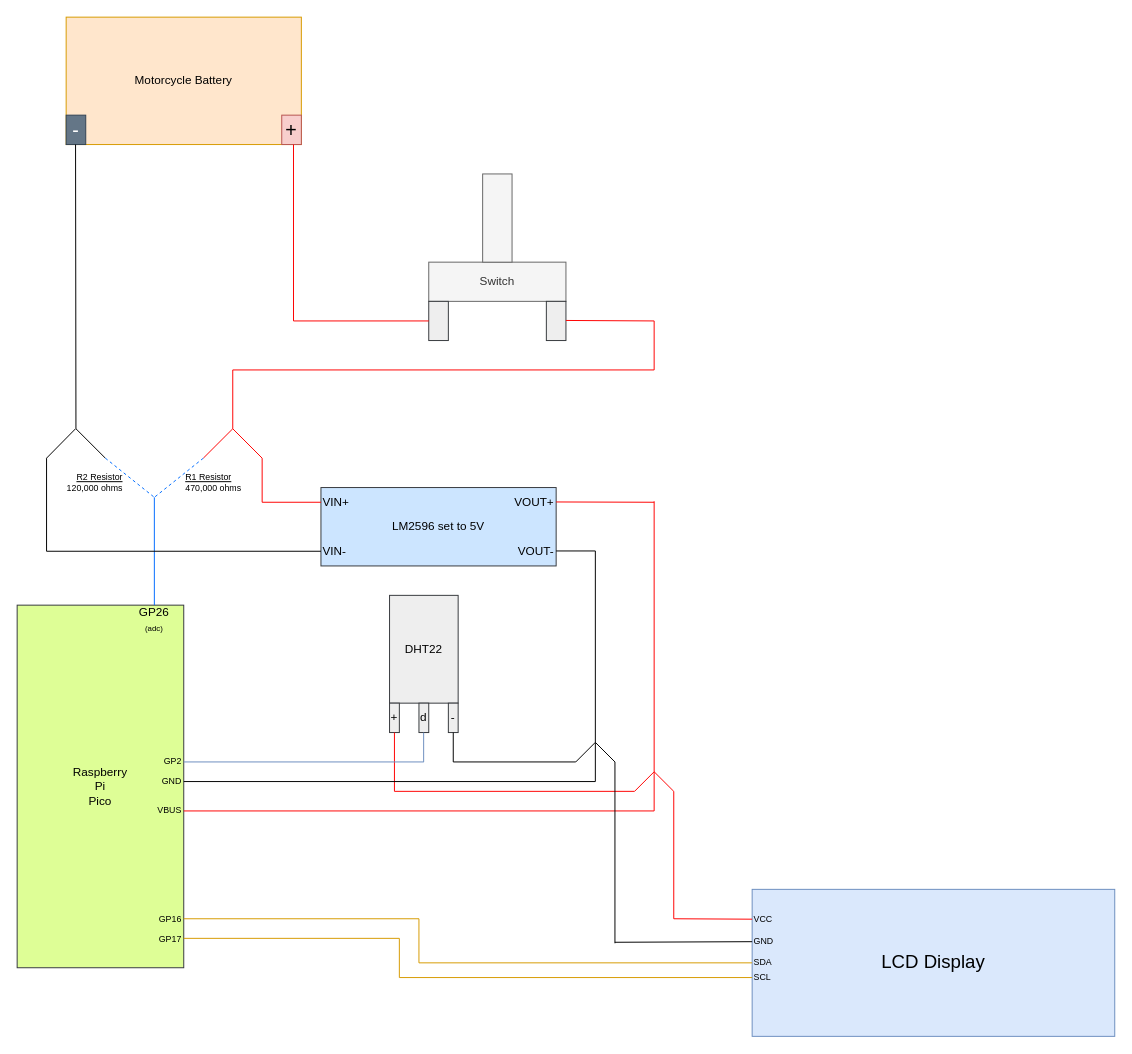
Above: wiring.drawio in TimHanewich/motorcycle-data-display (draw.io), before the change. Source tidied: cells renumbered, new cells numbered last; positions are measured from the earlier drawing's top-left corner, leaving out a move shared by most shapes. Both pictures are drawn from the tidied source at 98%, with x=0, y=0 at pixel (17, 17).
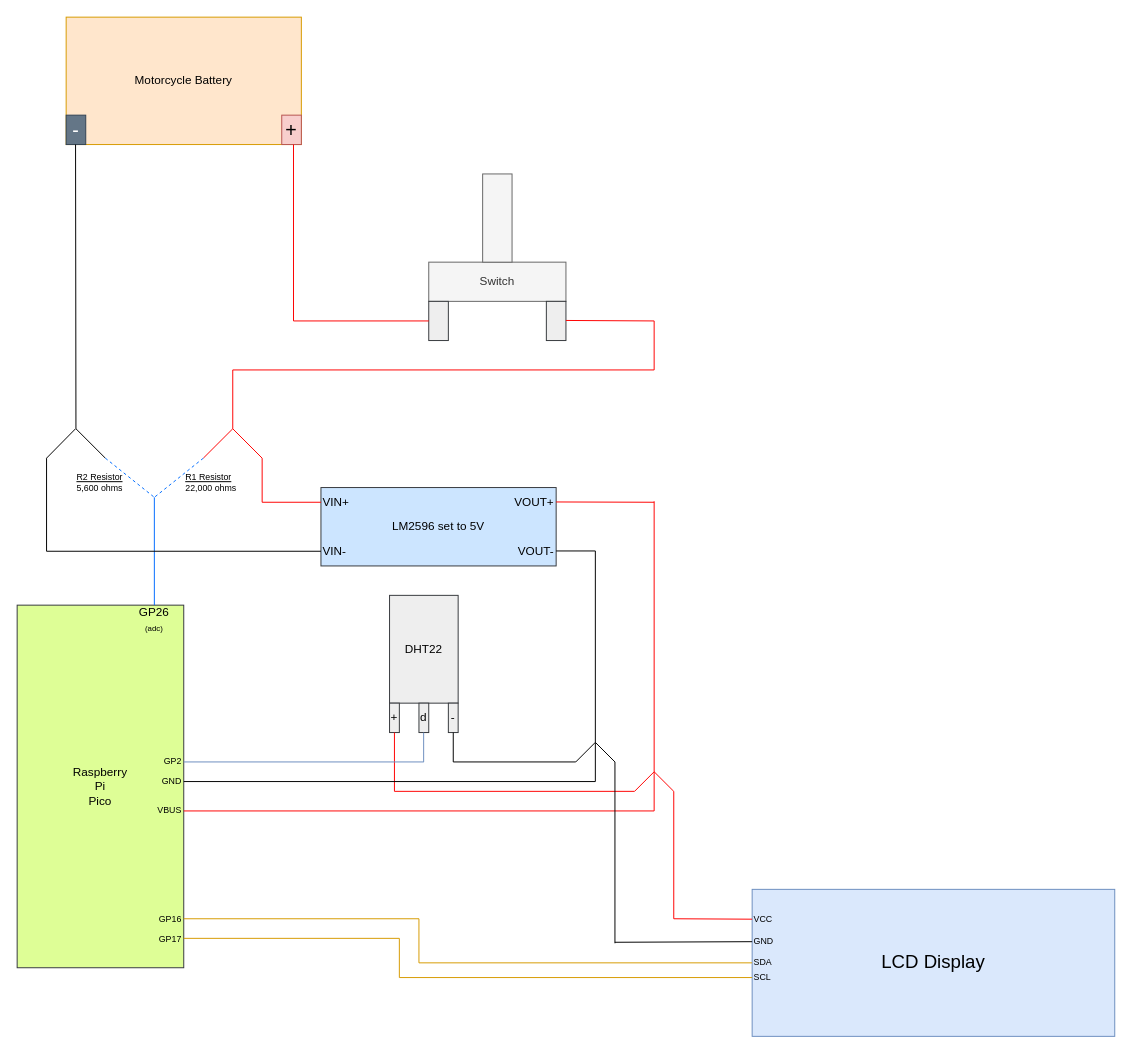
The same page after the edit.

Commit message (it also covers changes not shown here):
Updated resistor values

The edit, as a diff of the source:
```diff
@@
-    <mxCell id="35" value="&lt;div&gt;&lt;u&gt;R1 Resistor&lt;/u&gt;&lt;/div&gt;470,000 ohms" style="text;html=1;align=left;verticalAlign=middle;whiteSpace=wrap;rounded=0;fontSize=9;" parent="1" vertex="1">
+    <mxCell id="35" value="&lt;div&gt;&lt;u&gt;R1 Resistor&lt;/u&gt;&lt;/div&gt;22,000 ohms" style="text;html=1;align=left;verticalAlign=middle;whiteSpace=wrap;rounded=0;fontSize=9;" parent="1" vertex="1">
       <mxGeometry x="170" y="460" width="90" height="30" as="geometry" />
     </mxCell>
-    <mxCell id="36" value="&lt;div&gt;&lt;u&gt;R2 Resistor&lt;/u&gt;&lt;/div&gt;120,000 ohms" style="text;html=1;align=right;verticalAlign=middle;whiteSpace=wrap;rounded=0;fontSize=9;" parent="1" vertex="1">
+    <mxCell id="36" value="&lt;div&gt;&lt;u&gt;R2 Resistor&lt;/u&gt;&lt;/div&gt;5,600 ohms" style="text;html=1;align=right;verticalAlign=middle;whiteSpace=wrap;rounded=0;fontSize=9;" parent="1" vertex="1">
       <mxGeometry x="20" y="460" width="90" height="30" as="geometry" />
     </mxCell>
```
